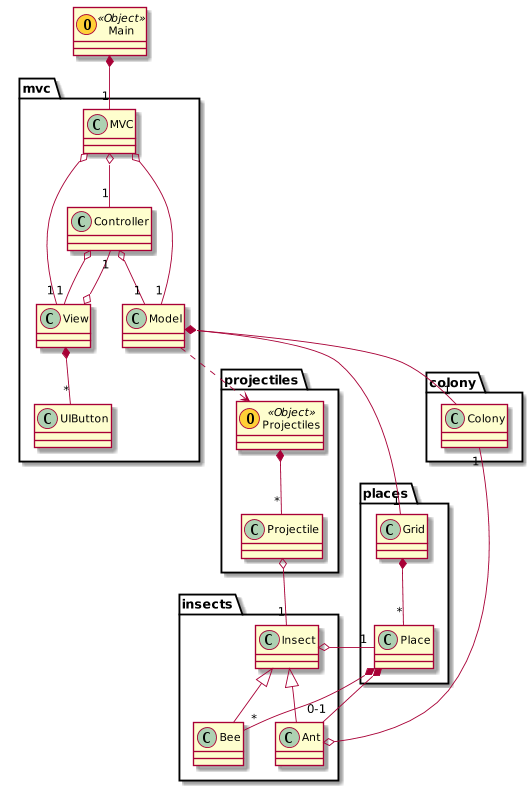
Earlier version of the PlantUML export rapport/classDiagram.png (fdemoor/prog1p3).
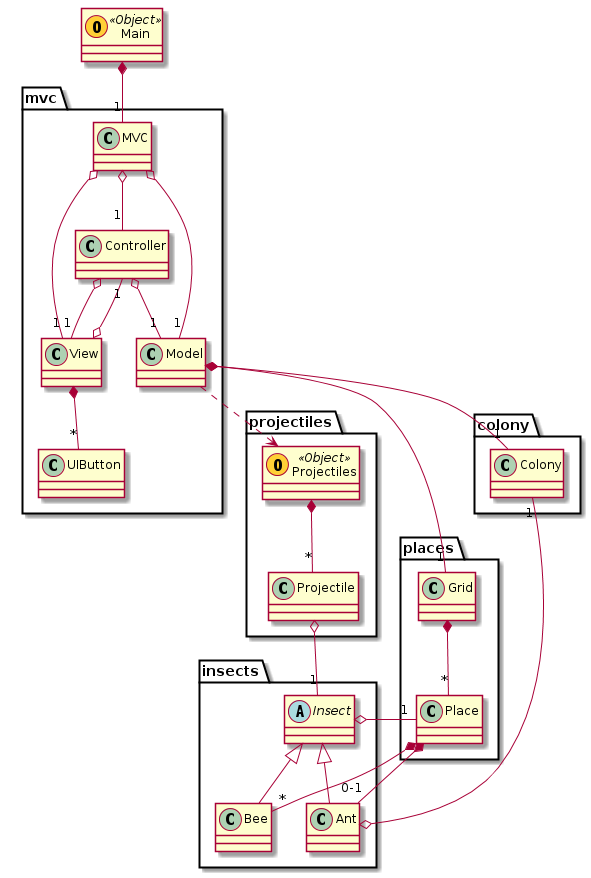
Above is the later version.

Commit message:
Fixed 2 diagrams and added a paragraph about insects

The edit, as a diff of the source:
```diff
@@ -17,7 +17,7 @@
 class UIButton
 }
 package insects {
-class Insect
+abstract class Insect
 class Ant
 class Bee
 }
```
